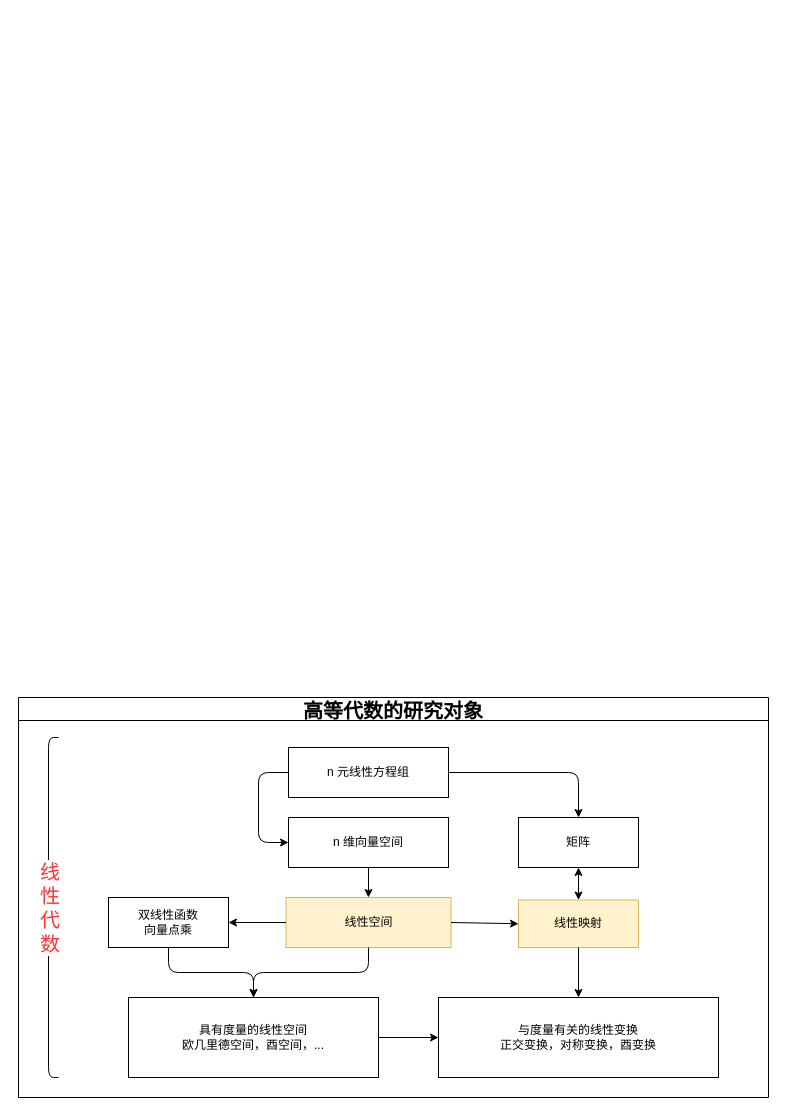
This is math/高等代数.drawio from treert/MathAbout, a draw.io file, before an edit. Source tidied: cells renumbered, new cells numbered last; positions are measured from the earlier drawing's top-left corner, leaving out a move shared by most shapes. Both pictures are drawn from the tidied source at 100%, with x=0, y=0 at pixel (18, 697).
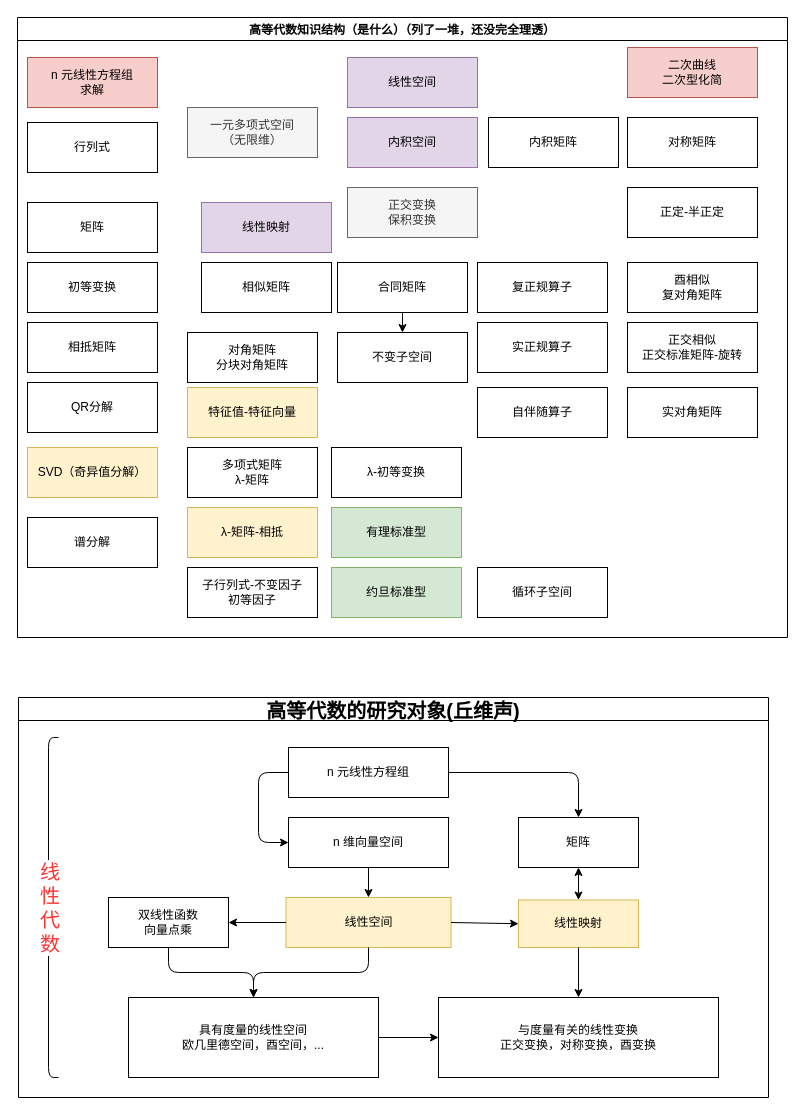
After the change.

Commit message:
高等代数知识结构（是什么）（列了一堆，还没完全理透）

What changed in the source:
```diff
@@
-    <mxCell id="2" value="高等代数的研究对象" style="swimlane;labelBackgroundColor=none;sketch=0;fontSize=20;fontColor=#000000;strokeWidth=1;gradientColor=none;" parent="1" vertex="1">
+    <mxCell id="2" value="高等代数的研究对象(丘维声)" style="swimlane;labelBackgroundColor=none;sketch=0;fontSize=20;fontColor=#000000;strokeWidth=1;gradientColor=none;" parent="1" vertex="1">
       <mxGeometry width="750" height="400" as="geometry" />
     </mxCell>
@@
+    <mxCell id="23" value="高等代数知识结构（是什么）（列了一堆，还没完全理透）" style="swimlane;" parent="1" vertex="1">
+      <mxGeometry x="-1" y="-680" width="770" height="620" as="geometry" />
+    </mxCell>
+    <mxCell id="24" value="n 元线性方程组&lt;br&gt;求解" style="rounded=0;whiteSpace=wrap;html=1;fillColor=#f8cecc;strokeColor=#b85450;" parent="23" vertex="1">
+      <mxGeometry x="10" y="40" width="130" height="50" as="geometry" />
+    </mxCell>
+    <mxCell id="25" value="二次曲线&lt;br&gt;二次型化简&lt;br&gt;" style="rounded=0;whiteSpace=wrap;html=1;fillColor=#f8cecc;strokeColor=#b85450;" parent="23" vertex="1">
+      <mxGeometry x="610" y="30" width="130" height="50" as="geometry" />
+    </mxCell>
+    <mxCell id="26" value="线性空间" style="rounded=0;whiteSpace=wrap;html=1;fillColor=#e1d5e7;strokeColor=#9673a6;" parent="23" vertex="1">
+      <mxGeometry x="330" y="40" width="130" height="50" as="geometry" />
+    </mxCell>
+    <mxCell id="27" value="一元多项式空间&lt;br&gt;（无限维）" style="rounded=0;whiteSpace=wrap;html=1;fillColor=#f5f5f5;fontColor=#333333;strokeColor=#666666;" parent="23" vertex="1">
+      <mxGeometry x="170" y="90" width="130" height="50" as="geometry" />
+    </mxCell>
+    <mxCell id="28" value="内积空间" style="rounded=0;whiteSpace=wrap;html=1;fillColor=#e1d5e7;strokeColor=#9673a6;" parent="23" vertex="1">
+      <mxGeometry x="330" y="100" width="130" height="50" as="geometry" />
+    </mxCell>
+    <mxCell id="29" value="矩阵" style="rounded=0;whiteSpace=wrap;html=1;" parent="23" vertex="1">
+      <mxGeometry x="10" y="185" width="130" height="50" as="geometry" />
+    </mxCell>
+    <mxCell id="30" value="行列式" style="rounded=0;whiteSpace=wrap;html=1;" parent="23" vertex="1">
+      <mxGeometry x="10" y="105" width="130" height="50" as="geometry" />
+    </mxCell>
+    <mxCell id="31" value="线性映射" style="rounded=0;whiteSpace=wrap;html=1;fillColor=#e1d5e7;strokeColor=#9673a6;" parent="23" vertex="1">
+      <mxGeometry x="184" y="185" width="130" height="50" as="geometry" />
+    </mxCell>
+    <mxCell id="32" value="对称矩阵" style="rounded=0;whiteSpace=wrap;html=1;" parent="23" vertex="1">
+      <mxGeometry x="610" y="100" width="130" height="50" as="geometry" />
+    </mxCell>
+    <mxCell id="33" style="edgeStyle=none;html=1;" parent="23" edge="1" source="34" target="41">
+      <mxGeometry relative="1" as="geometry" />
+    </mxCell>
+    <mxCell id="34" value="合同矩阵" style="rounded=0;whiteSpace=wrap;html=1;" parent="23" vertex="1">
+      <mxGeometry x="320" y="245" width="130" height="50" as="geometry" />
+    </mxCell>
+    <mxCell id="35" value="相似矩阵" style="rounded=0;whiteSpace=wrap;html=1;" parent="23" vertex="1">
+      <mxGeometry x="184" y="245" width="130" height="50" as="geometry" />
+    </mxCell>
+    <mxCell id="36" value="相抵矩阵" style="rounded=0;whiteSpace=wrap;html=1;" parent="23" vertex="1">
+      <mxGeometry x="10" y="305" width="130" height="50" as="geometry" />
+    </mxCell>
+    <mxCell id="37" value="SVD（奇异值分解）" style="rounded=0;whiteSpace=wrap;html=1;fillColor=#fff2cc;strokeColor=#d6b656;" parent="23" vertex="1">
+      <mxGeometry x="10" y="430" width="130" height="50" as="geometry" />
+    </mxCell>
+    <mxCell id="38" value="QR分解" style="rounded=0;whiteSpace=wrap;html=1;" parent="23" vertex="1">
+      <mxGeometry x="10" y="365" width="130" height="50" as="geometry" />
+    </mxCell>
+    <mxCell id="39" value="初等变换" style="rounded=0;whiteSpace=wrap;html=1;" parent="23" vertex="1">
+      <mxGeometry x="10" y="245" width="130" height="50" as="geometry" />
+    </mxCell>
+    <mxCell id="40" value="λ-初等变换" style="rounded=0;whiteSpace=wrap;html=1;" parent="23" vertex="1">
+      <mxGeometry x="314" y="430" width="130" height="50" as="geometry" />
+    </mxCell>
+    <mxCell id="41" value="不变子空间" style="rounded=0;whiteSpace=wrap;html=1;" parent="23" vertex="1">
+      <mxGeometry x="320" y="315" width="130" height="50" as="geometry" />
+    </mxCell>
+    <mxCell id="42" value="对角矩阵&lt;br&gt;分块对角矩阵" style="rounded=0;whiteSpace=wrap;html=1;" parent="23" vertex="1">
+      <mxGeometry x="170" y="315" width="130" height="50" as="geometry" />
+    </mxCell>
+    <mxCell id="43" value="特征值-特征向量" style="rounded=0;whiteSpace=wrap;html=1;fillColor=#fff2cc;strokeColor=#d6b656;" parent="23" vertex="1">
+      <mxGeometry x="170" y="370" width="130" height="50" as="geometry" />
+    </mxCell>
+    <mxCell id="44" value="多项式矩阵&lt;br&gt;λ-矩阵" style="rounded=0;whiteSpace=wrap;html=1;" parent="23" vertex="1">
+      <mxGeometry x="170" y="430" width="130" height="50" as="geometry" />
+    </mxCell>
+    <mxCell id="45" value="λ-矩阵-相抵" style="rounded=0;whiteSpace=wrap;html=1;fillColor=#fff2cc;strokeColor=#d6b656;" parent="23" vertex="1">
+      <mxGeometry x="170" y="490" width="130" height="50" as="geometry" />
+    </mxCell>
+    <mxCell id="46" value="子行列式-不变因子&lt;br&gt;初等因子" style="rounded=0;whiteSpace=wrap;html=1;" parent="23" vertex="1">
+      <mxGeometry x="170" y="550" width="130" height="50" as="geometry" />
+    </mxCell>
+    <mxCell id="47" value="有理标准型" style="rounded=0;whiteSpace=wrap;html=1;fillColor=#d5e8d4;strokeColor=#82b366;" parent="23" vertex="1">
+      <mxGeometry x="314" y="490" width="130" height="50" as="geometry" />
+    </mxCell>
+    <mxCell id="48" value="约旦标准型" style="rounded=0;whiteSpace=wrap;html=1;fillColor=#d5e8d4;strokeColor=#82b366;" parent="23" vertex="1">
+      <mxGeometry x="314" y="550" width="130" height="50" as="geometry" />
+    </mxCell>
+    <mxCell id="49" value="循环子空间" style="rounded=0;whiteSpace=wrap;html=1;" parent="23" vertex="1">
+      <mxGeometry x="460" y="550" width="130" height="50" as="geometry" />
+    </mxCell>
+    <mxCell id="50" value="复正规算子" style="rounded=0;whiteSpace=wrap;html=1;" parent="23" vertex="1">
+      <mxGeometry x="460" y="245" width="130" height="50" as="geometry" />
+    </mxCell>
+    <mxCell id="51" value="自伴随算子" style="rounded=0;whiteSpace=wrap;html=1;" parent="23" vertex="1">
+      <mxGeometry x="460" y="370" width="130" height="50" as="geometry" />
+    </mxCell>
+    <mxCell id="52" value="正定-半正定" style="rounded=0;whiteSpace=wrap;html=1;" parent="23" vertex="1">
+      <mxGeometry x="610" y="170" width="130" height="50" as="geometry" />
+    </mxCell>
+    <mxCell id="53" value="谱分解" style="rounded=0;whiteSpace=wrap;html=1;" parent="23" vertex="1">
+      <mxGeometry x="10" y="500" width="130" height="50" as="geometry" />
+    </mxCell>
+    <mxCell id="54" value="实正规算子" style="rounded=0;whiteSpace=wrap;html=1;" parent="23" vertex="1">
+      <mxGeometry x="460" y="305" width="130" height="50" as="geometry" />
+    </mxCell>
+    <mxCell id="55" value="酉相似&lt;br&gt;复对角矩阵" style="rounded=0;whiteSpace=wrap;html=1;" parent="23" vertex="1">
+      <mxGeometry x="610" y="245" width="130" height="50" as="geometry" />
+    </mxCell>
+    <mxCell id="56" value="正交相似&lt;br&gt;正交标准矩阵-旋转" style="rounded=0;whiteSpace=wrap;html=1;" parent="23" vertex="1">
+      <mxGeometry x="610" y="305" width="130" height="50" as="geometry" />
+    </mxCell>
+    <mxCell id="57" value="实对角矩阵" style="rounded=0;whiteSpace=wrap;html=1;" parent="23" vertex="1">
+      <mxGeometry x="610" y="370" width="130" height="50" as="geometry" />
+    </mxCell>
+    <mxCell id="58" value="内积矩阵" style="rounded=0;whiteSpace=wrap;html=1;" parent="23" vertex="1">
+      <mxGeometry x="471" y="100" width="130" height="50" as="geometry" />
+    </mxCell>
+    <mxCell id="59" value="正交变换&lt;br&gt;保积变换" style="rounded=0;whiteSpace=wrap;html=1;fillColor=#f5f5f5;strokeColor=#666666;fontColor=#333333;" parent="23" vertex="1">
+      <mxGeometry x="330" y="170" width="130" height="50" as="geometry" />
+    </mxCell>
```
